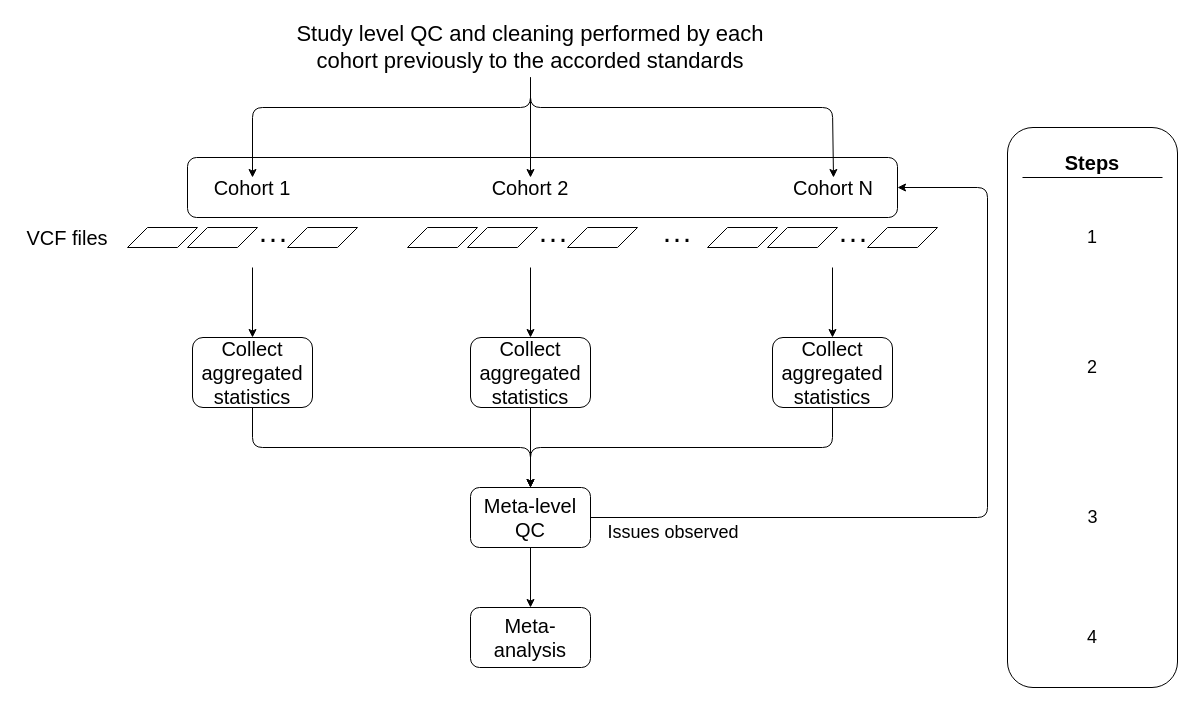
isglobal-brge/dsOmicsClient keeps this draw.io diagram as vignettes/gwas_images/multi_cohort_flowchart.drawio. Above is the earlier version. Source tidied: cells renumbered, new cells numbered last; positions are measured from the earlier drawing's top-left corner, leaving out a move shared by most shapes. Both pictures are drawn from the tidied source at 100%, with x=0, y=0 at pixel (17, 17).
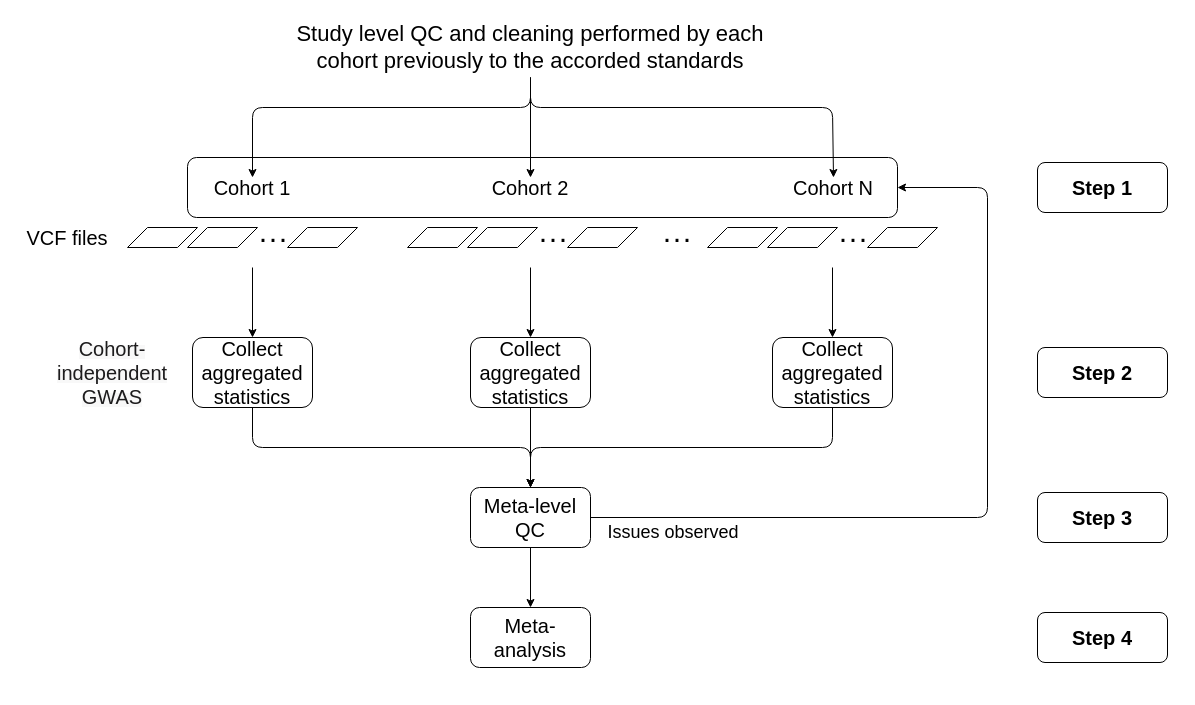
After the change.

Change to the diagram source:
```diff
@@
-    <mxCell id="38" style="rounded=1;whiteSpace=wrap;html=1;" parent="1" vertex="1">
-      <mxGeometry x="990" y="110" width="170" height="560" as="geometry" />
-    </mxCell>
-    <mxCell id="39" value="&lt;font size=&quot;1&quot;&gt;&lt;b style=&quot;font-size: 20px&quot;&gt;Steps&lt;/b&gt;&lt;/font&gt;" style="text;html=1;strokeColor=none;fillColor=none;align=center;verticalAlign=middle;whiteSpace=wrap;rounded=0;" parent="1" vertex="1">
-      <mxGeometry x="1005" y="130" width="140" height="30" as="geometry" />
-    </mxCell>
-    <mxCell id="40" style="endArrow=none;html=1;exitX=0;exitY=1;exitDx=0;exitDy=0;entryX=1;entryY=1;entryDx=0;entryDy=0;" parent="1" edge="1" source="39" target="39">
-      <mxGeometry relative="1" as="geometry" />
-    </mxCell>
-    <mxCell id="41" value="&lt;font style=&quot;font-size: 18px&quot;&gt;1&lt;/font&gt;" style="text;html=1;strokeColor=none;fillColor=none;align=center;verticalAlign=middle;whiteSpace=wrap;rounded=0;" parent="1" vertex="1">
-      <mxGeometry x="1055" y="210" width="40" height="20" as="geometry" />
-    </mxCell>
-    <mxCell id="42" value="&lt;font style=&quot;font-size: 18px&quot;&gt;2&lt;/font&gt;" style="text;html=1;strokeColor=none;fillColor=none;align=center;verticalAlign=middle;whiteSpace=wrap;rounded=0;" parent="1" vertex="1">
-      <mxGeometry x="1055" y="340" width="40" height="20" as="geometry" />
-    </mxCell>
-    <mxCell id="43" value="&lt;font style=&quot;font-size: 18px&quot;&gt;3&lt;/font&gt;" style="text;html=1;strokeColor=none;fillColor=none;align=center;verticalAlign=middle;whiteSpace=wrap;rounded=0;" parent="1" vertex="1">
-      <mxGeometry x="1037.5" y="490" width="75" height="20" as="geometry" />
-    </mxCell>
-    <mxCell id="44" value="&lt;font style=&quot;font-size: 18px&quot;&gt;4&lt;/font&gt;" style="text;html=1;strokeColor=none;fillColor=none;align=center;verticalAlign=middle;whiteSpace=wrap;rounded=0;" parent="1" vertex="1">
-      <mxGeometry x="1055" y="610" width="40" height="20" as="geometry" />
-    </mxCell>
+    <mxCell id="45" value="&lt;span style=&quot;color: rgb(29 , 28 , 29) ; text-align: left ; background-color: rgb(248 , 248 , 248)&quot;&gt;&lt;font style=&quot;font-size: 20px&quot;&gt;Cohort-independent GWAS&lt;/font&gt;&lt;/span&gt;" style="text;html=1;strokeColor=none;fillColor=none;align=center;verticalAlign=middle;whiteSpace=wrap;rounded=0;" parent="1" vertex="1">
+      <mxGeometry x="40" y="320" width="110" height="70" as="geometry" />
+    </mxCell>
+    <mxCell id="46" value="&lt;font style=&quot;font-size: 20px&quot;&gt;&lt;b&gt;Step 1&lt;/b&gt;&lt;/font&gt;" style="rounded=1;whiteSpace=wrap;html=1;" parent="1" vertex="1">
+      <mxGeometry x="1020" y="145" width="130" height="50" as="geometry" />
+    </mxCell>
+    <mxCell id="47" value="&lt;font style=&quot;font-size: 20px&quot;&gt;&lt;b&gt;Step 2&lt;/b&gt;&lt;/font&gt;" style="rounded=1;whiteSpace=wrap;html=1;" parent="1" vertex="1">
+      <mxGeometry x="1020" y="330" width="130" height="50" as="geometry" />
+    </mxCell>
+    <mxCell id="48" value="&lt;font style=&quot;font-size: 20px&quot;&gt;&lt;b&gt;Step 3&lt;/b&gt;&lt;/font&gt;" style="rounded=1;whiteSpace=wrap;html=1;" parent="1" vertex="1">
+      <mxGeometry x="1020" y="475" width="130" height="50" as="geometry" />
+    </mxCell>
+    <mxCell id="49" value="&lt;font style=&quot;font-size: 20px&quot;&gt;&lt;b&gt;Step 4&lt;/b&gt;&lt;/font&gt;" style="rounded=1;whiteSpace=wrap;html=1;" parent="1" vertex="1">
+      <mxGeometry x="1020" y="595" width="130" height="50" as="geometry" />
+    </mxCell>
```
